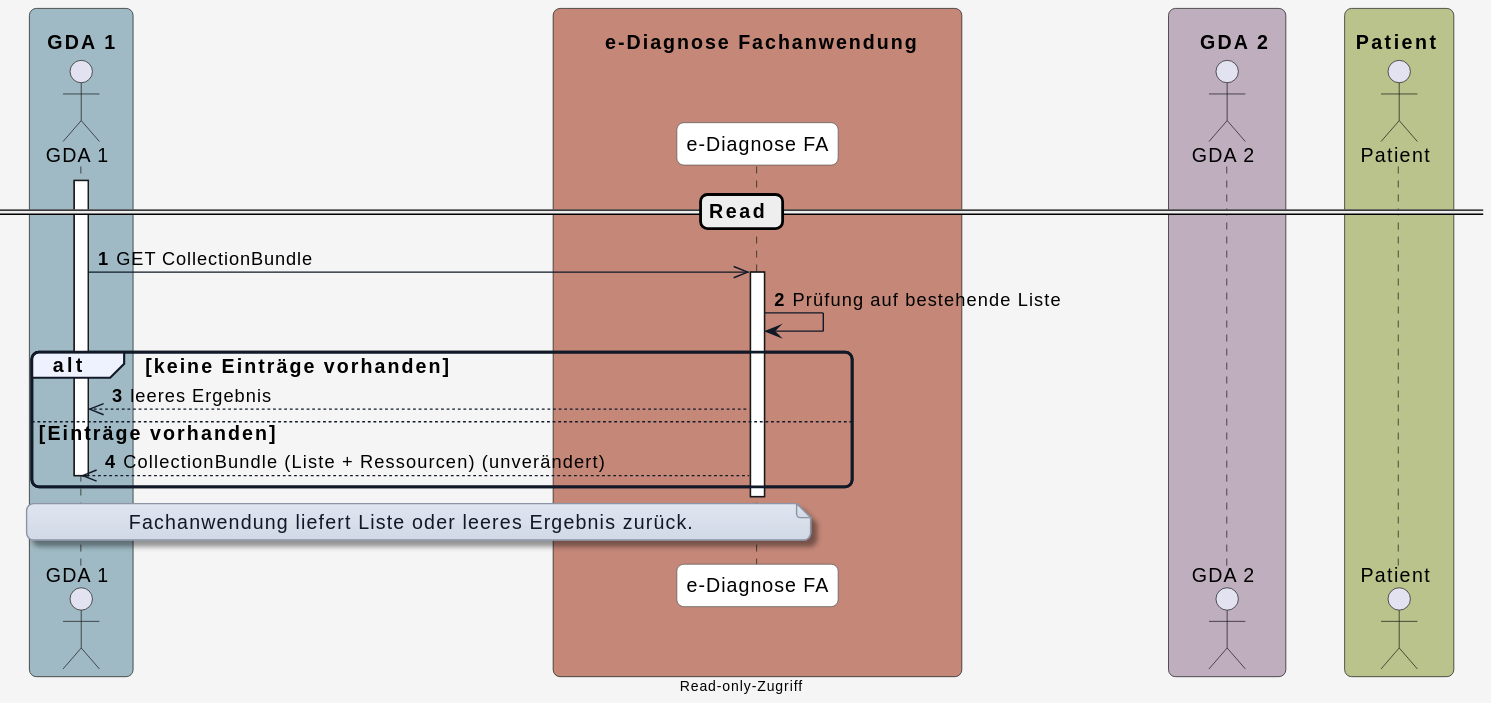
Before: input/images/plantuml/diagram_read.svg, a diagram exported from PlantUML (HL7Austria/ELGA-e-Diagnose-R4).
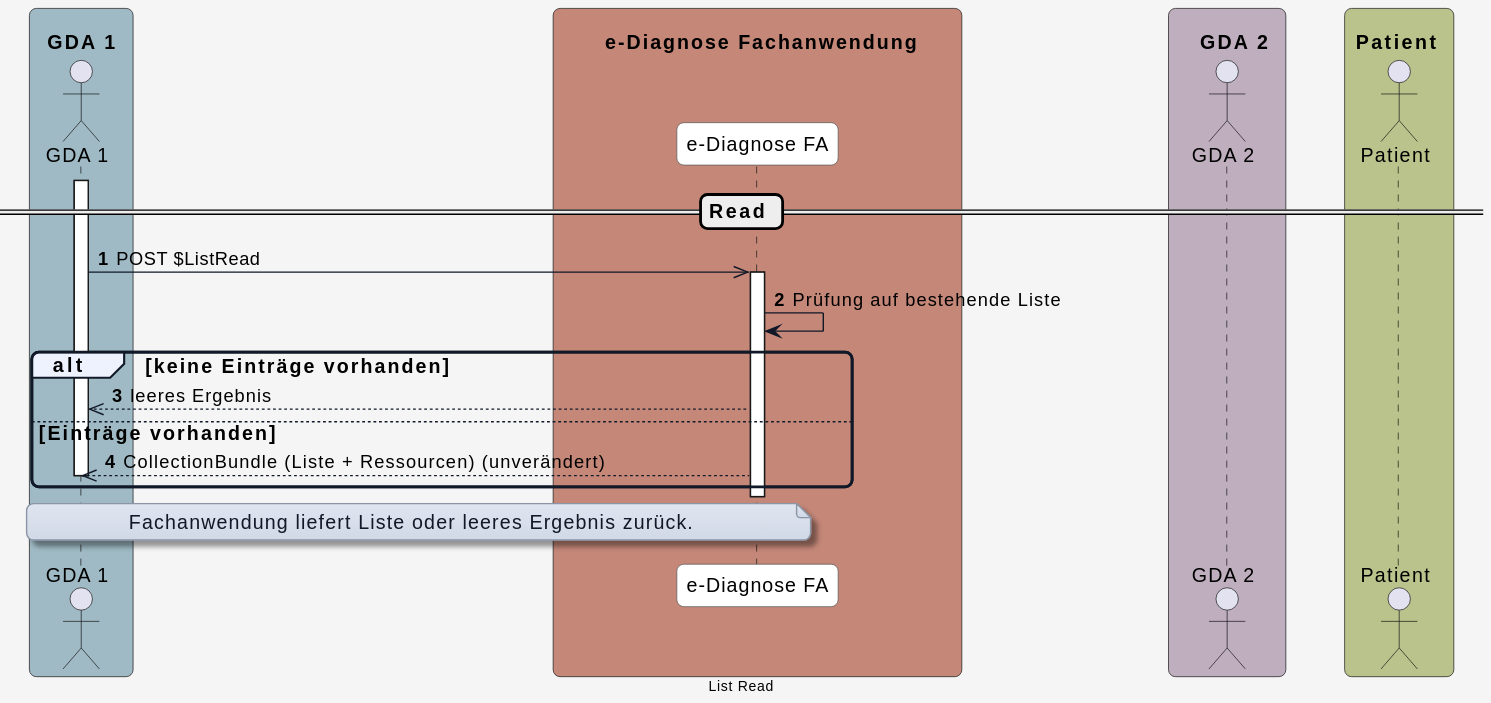
After the commit.

Change to the diagram source:
```diff
@@ -59,7 +59,7 @@
 
 == Read ==
 activate GDA_1
-GDA_1 ->> eDiag_FA: GET CollectionBundle
+GDA_1 ->> eDiag_FA: POST $ListRead
 
 activate eDiag_FA
 eDiag_FA -> eDiag_FA: Prüfung auf bestehende Liste
@@ -76,5 +76,5 @@
 Fachanwendung liefert Liste oder leeres Ergebnis zurück.
 end note
 
-center footer Read-only-Zugriff
+center footer List Read
 @enduml
```
